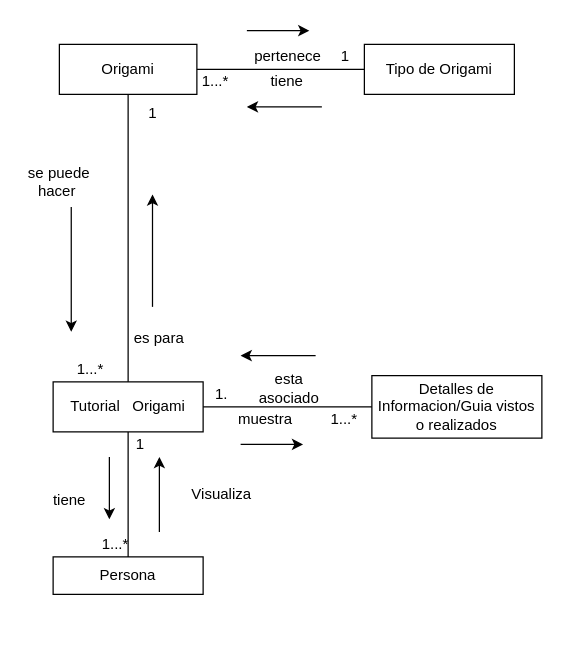
The draw.io diagram ModeloDeDominio3D.drawio in andrescastillo1996/documentacionMundoOrigami, before the edit. Source tidied: cells renumbered, new cells numbered last; positions are measured from the earlier drawing's top-left corner, leaving out a move shared by most shapes. Both pictures are drawn from the tidied source at 125%, with x=0, y=0 at pixel (21, 30).
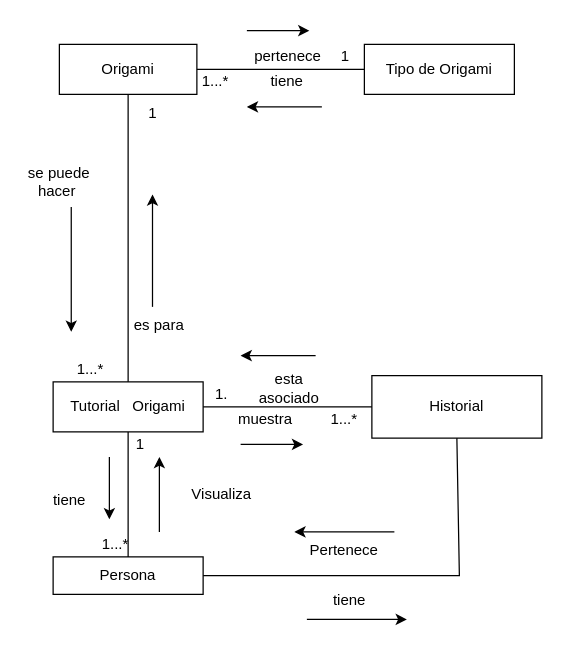
Above is the later version.

The change refers to these unchanged cells:
```xml
<mxCell id="6" value="Persona" style="rounded=0;whiteSpace=wrap;html=1;" parent="1" vertex="1">
  <mxGeometry x="25" y="421" width="120" height="30" as="geometry" />
</mxCell>
```

The edit, as a diff of the source:
```diff
@@
-    <mxCell id="4" value="Detalles de Informacion/Guia vistos o realizados" style="rounded=0;whiteSpace=wrap;html=1;" parent="1" vertex="1">
+    <mxCell id="4" value="Historial" style="rounded=0;whiteSpace=wrap;html=1;" parent="1" vertex="1">
       <mxGeometry x="280" y="276" width="136" height="50" as="geometry" />
     </mxCell>
@@
     <mxCell id="21" value="es para" style="text;html=1;strokeColor=none;fillColor=none;align=center;verticalAlign=middle;whiteSpace=wrap;rounded=0;" parent="1" vertex="1">
-      <mxGeometry x="80" y="231" width="60" height="30" as="geometry" />
+      <mxGeometry x="80" y="221" width="60" height="30" as="geometry" />
     </mxCell>
@@
+    <mxCell id="35" style="endArrow=none;html=1;rounded=0;exitX=1;exitY=0.5;exitDx=0;exitDy=0;entryX=0.5;entryY=1;entryDx=0;entryDy=0;" parent="1" edge="1" source="6" target="4">
+      <mxGeometry relative="1" as="geometry">
+        <Array as="points">
+          <mxPoint x="350" y="436" />
+        </Array>
+      </mxGeometry>
+    </mxCell>
+    <mxCell id="36" style="endArrow=classic;html=1;rounded=0;" parent="1" edge="1">
+      <mxGeometry relative="1" as="geometry">
+        <mxPoint x="228" y="471" as="sourcePoint" />
+        <mxPoint x="308" y="471" as="targetPoint" />
+      </mxGeometry>
+    </mxCell>
+    <mxCell id="37" style="endArrow=classic;html=1;rounded=0;" parent="1" edge="1">
+      <mxGeometry relative="1" as="geometry">
+        <mxPoint x="298" y="401" as="sourcePoint" />
+        <mxPoint x="218" y="401" as="targetPoint" />
+      </mxGeometry>
+    </mxCell>
+    <mxCell id="38" value="Pertenece" style="text;html=1;strokeColor=none;fillColor=none;align=center;verticalAlign=middle;whiteSpace=wrap;rounded=0;" parent="1" vertex="1">
+      <mxGeometry x="228" y="401" width="60" height="30" as="geometry" />
+    </mxCell>
+    <mxCell id="39" value="tiene&amp;nbsp;" style="text;html=1;strokeColor=none;fillColor=none;align=center;verticalAlign=middle;whiteSpace=wrap;rounded=0;" parent="1" vertex="1">
+      <mxGeometry x="234" y="441" width="60" height="30" as="geometry" />
+    </mxCell>
```
